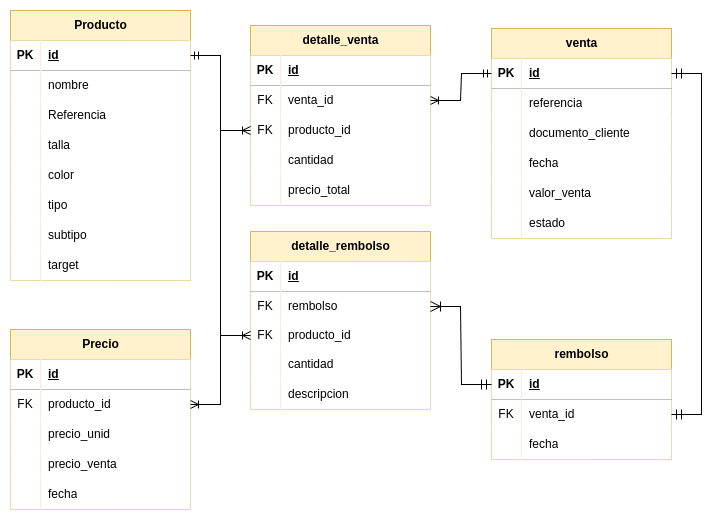
Before: Diagramas/DB/Ventas.png, a diagram exported from draw.io (Gilgamesh06/Ecommerce). Source tidied: cells renumbered, new cells last; positions are measured from the earlier drawing's top-left corner, leaving out a move shared by most shapes.
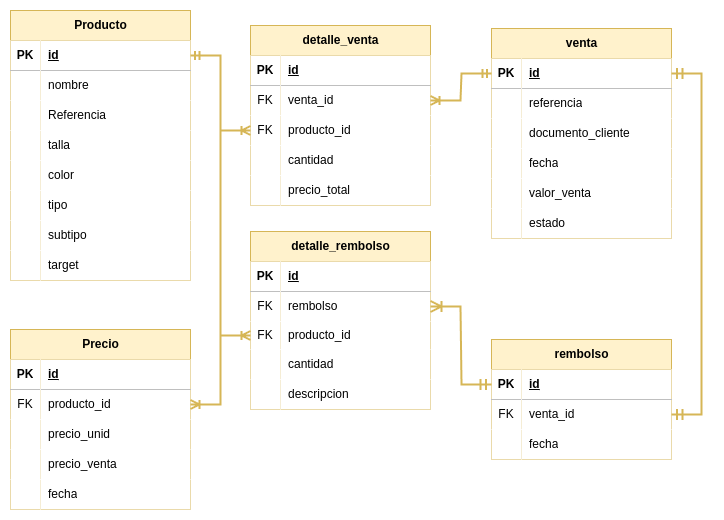
The same file after the commit.

What changed in the source:
```diff
@@ -185,7 +185,7 @@
     <mxCell id="62" value="descripcion" style="shape=partialRectangle;fillColor=default;top=0;left=0;bottom=0;right=0;align=left;spacingLeft=6;overflow=hidden;whiteSpace=wrap;html=1;" parent="60" vertex="1">
       <mxGeometry x="30" width="150" height="30" as="geometry" />
     </mxCell>
-    <mxCell id="63" style="edgeStyle=entityRelationEdgeStyle;fontSize=12;html=1;endArrow=ERmandOne;startArrow=ERmandOne;rounded=0;startSize=8;endSize=8;entryX=1;entryY=0.5;entryDx=0;entryDy=0;exitX=1;exitY=0.5;exitDx=0;exitDy=0;" parent="1" edge="1" source="3" target="41">
+    <mxCell id="63" style="edgeStyle=entityRelationEdgeStyle;fontSize=12;html=1;endArrow=ERmandOne;startArrow=ERmandOne;rounded=0;startSize=8;endSize=8;entryX=1;entryY=0.5;entryDx=0;entryDy=0;exitX=1;exitY=0.5;exitDx=0;exitDy=0;strokeWidth=2;fillColor=#fff2cc;strokeColor=#d6b656;" parent="1" edge="1" source="3" target="41">
       <mxGeometry relative="1" as="geometry" />
     </mxCell>
     <mxCell id="64" value="Precio" style="shape=table;startSize=30;rowLines=0;fontStyle=1;align=center;html=1;fillColor=#fff2cc;strokeColor=#d6b656;" parent="1" vertex="1">
@@ -311,19 +311,19 @@
     <mxCell id="104" value="target" style="shape=partialRectangle;fillColor=default;top=0;left=0;bottom=0;right=0;align=left;spacingLeft=6;overflow=hidden;whiteSpace=wrap;html=1;" parent="102" vertex="1">
       <mxGeometry x="30" width="150" height="30" as="geometry" />
     </mxCell>
-    <mxCell id="105" style="edgeStyle=entityRelationEdgeStyle;fontSize=12;html=1;endArrow=ERoneToMany;startArrow=ERmandOne;rounded=0;exitX=0;exitY=0.5;exitDx=0;exitDy=0;" parent="1" edge="1" source="3" target="25">
+    <mxCell id="105" style="edgeStyle=entityRelationEdgeStyle;fontSize=12;html=1;endArrow=ERoneToMany;startArrow=ERmandOne;rounded=0;exitX=0;exitY=0.5;exitDx=0;exitDy=0;strokeWidth=2;fillColor=#fff2cc;strokeColor=#d6b656;" parent="1" edge="1" source="3" target="25">
       <mxGeometry relative="1" as="geometry" />
     </mxCell>
-    <mxCell id="106" style="edgeStyle=entityRelationEdgeStyle;fontSize=12;html=1;endArrow=ERoneToMany;startArrow=ERmandOne;rounded=0;startSize=8;endSize=8;entryX=1;entryY=0.5;entryDx=0;entryDy=0;" parent="1" edge="1" source="38" target="51">
+    <mxCell id="106" style="edgeStyle=entityRelationEdgeStyle;fontSize=12;html=1;endArrow=ERoneToMany;startArrow=ERmandOne;rounded=0;startSize=8;endSize=8;entryX=1;entryY=0.5;entryDx=0;entryDy=0;strokeWidth=2;fillColor=#fff2cc;strokeColor=#d6b656;" parent="1" edge="1" source="38" target="51">
       <mxGeometry relative="1" as="geometry" />
     </mxCell>
-    <mxCell id="107" style="edgeStyle=entityRelationEdgeStyle;fontSize=12;html=1;endArrow=ERoneToMany;startArrow=ERmandOne;rounded=0;exitX=1;exitY=0.5;exitDx=0;exitDy=0;" parent="1" edge="1" source="81" target="68">
+    <mxCell id="107" style="edgeStyle=entityRelationEdgeStyle;fontSize=12;html=1;endArrow=ERoneToMany;startArrow=ERmandOne;rounded=0;exitX=1;exitY=0.5;exitDx=0;exitDy=0;strokeWidth=2;fillColor=#fff2cc;strokeColor=#d6b656;" parent="1" edge="1" source="81" target="68">
       <mxGeometry relative="1" as="geometry" />
     </mxCell>
-    <mxCell id="108" style="edgeStyle=entityRelationEdgeStyle;fontSize=12;html=1;endArrow=ERoneToMany;startArrow=ERmandOne;rounded=0;entryX=0;entryY=0.5;entryDx=0;entryDy=0;exitX=1;exitY=0.5;exitDx=0;exitDy=0;" parent="1" edge="1" source="81" target="28">
+    <mxCell id="108" style="edgeStyle=entityRelationEdgeStyle;fontSize=12;html=1;endArrow=ERoneToMany;startArrow=ERmandOne;rounded=0;entryX=0;entryY=0.5;entryDx=0;entryDy=0;exitX=1;exitY=0.5;exitDx=0;exitDy=0;strokeWidth=2;fillColor=#fff2cc;strokeColor=#d6b656;" parent="1" edge="1" source="81" target="28">
       <mxGeometry relative="1" as="geometry" />
     </mxCell>
-    <mxCell id="109" style="edgeStyle=entityRelationEdgeStyle;fontSize=12;html=1;endArrow=ERoneToMany;startArrow=ERmandOne;rounded=0;exitX=1;exitY=0.5;exitDx=0;exitDy=0;" parent="1" edge="1" source="81" target="54">
+    <mxCell id="109" style="edgeStyle=entityRelationEdgeStyle;fontSize=12;html=1;endArrow=ERoneToMany;startArrow=ERmandOne;rounded=0;exitX=1;exitY=0.5;exitDx=0;exitDy=0;fillColor=#fff2cc;strokeColor=#d6b656;strokeWidth=2;" parent="1" edge="1" source="81" target="54">
       <mxGeometry relative="1" as="geometry" />
     </mxCell>
   </root>
```
